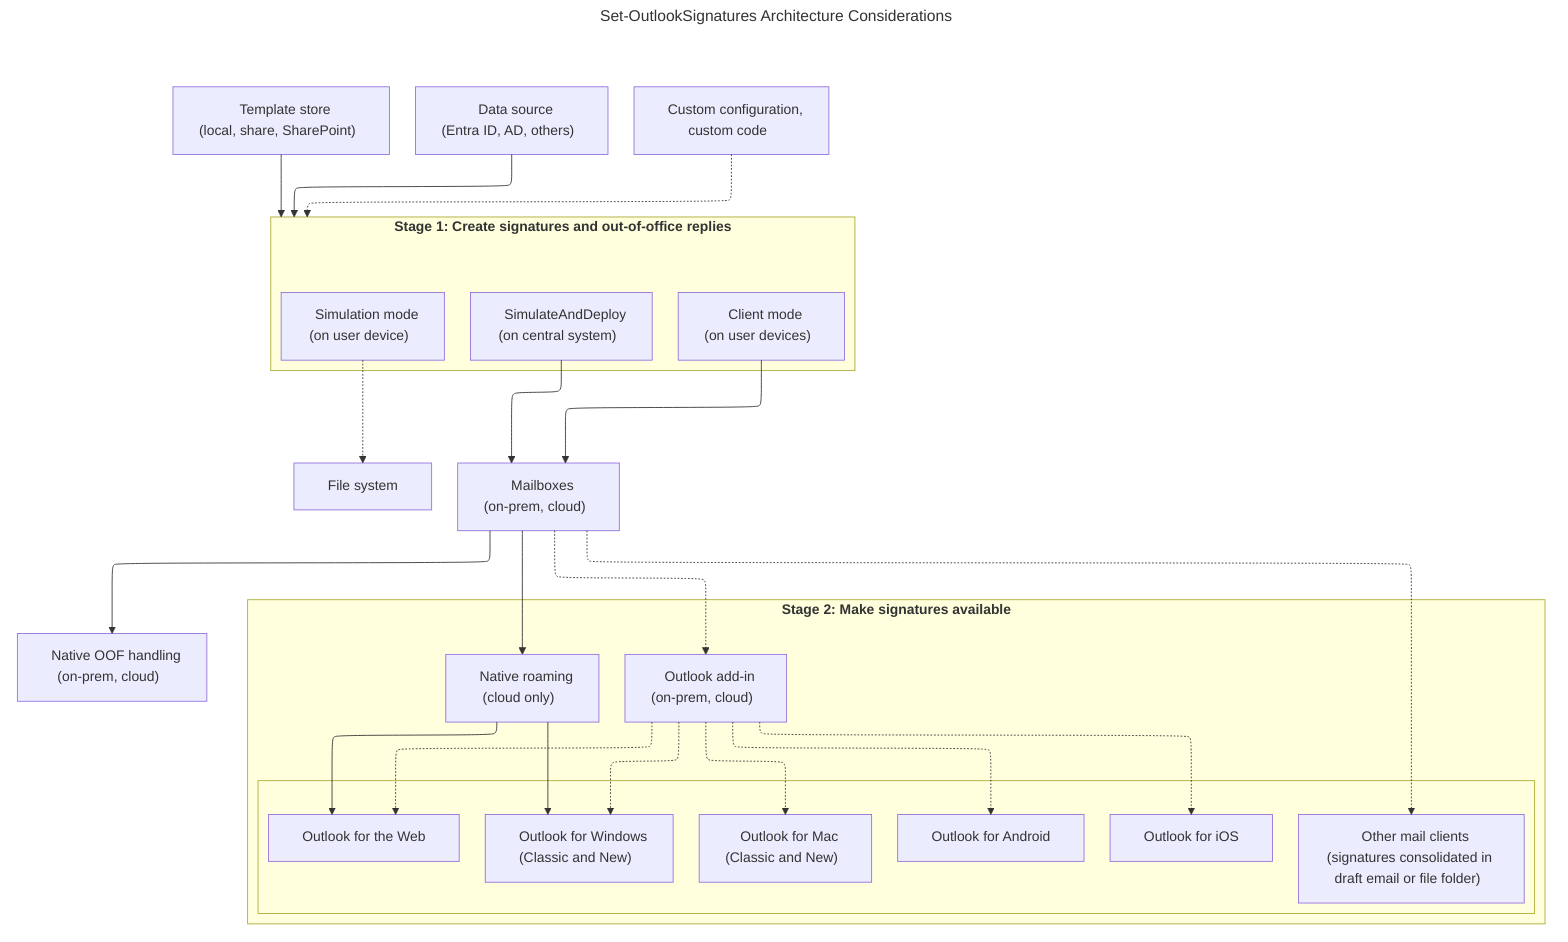
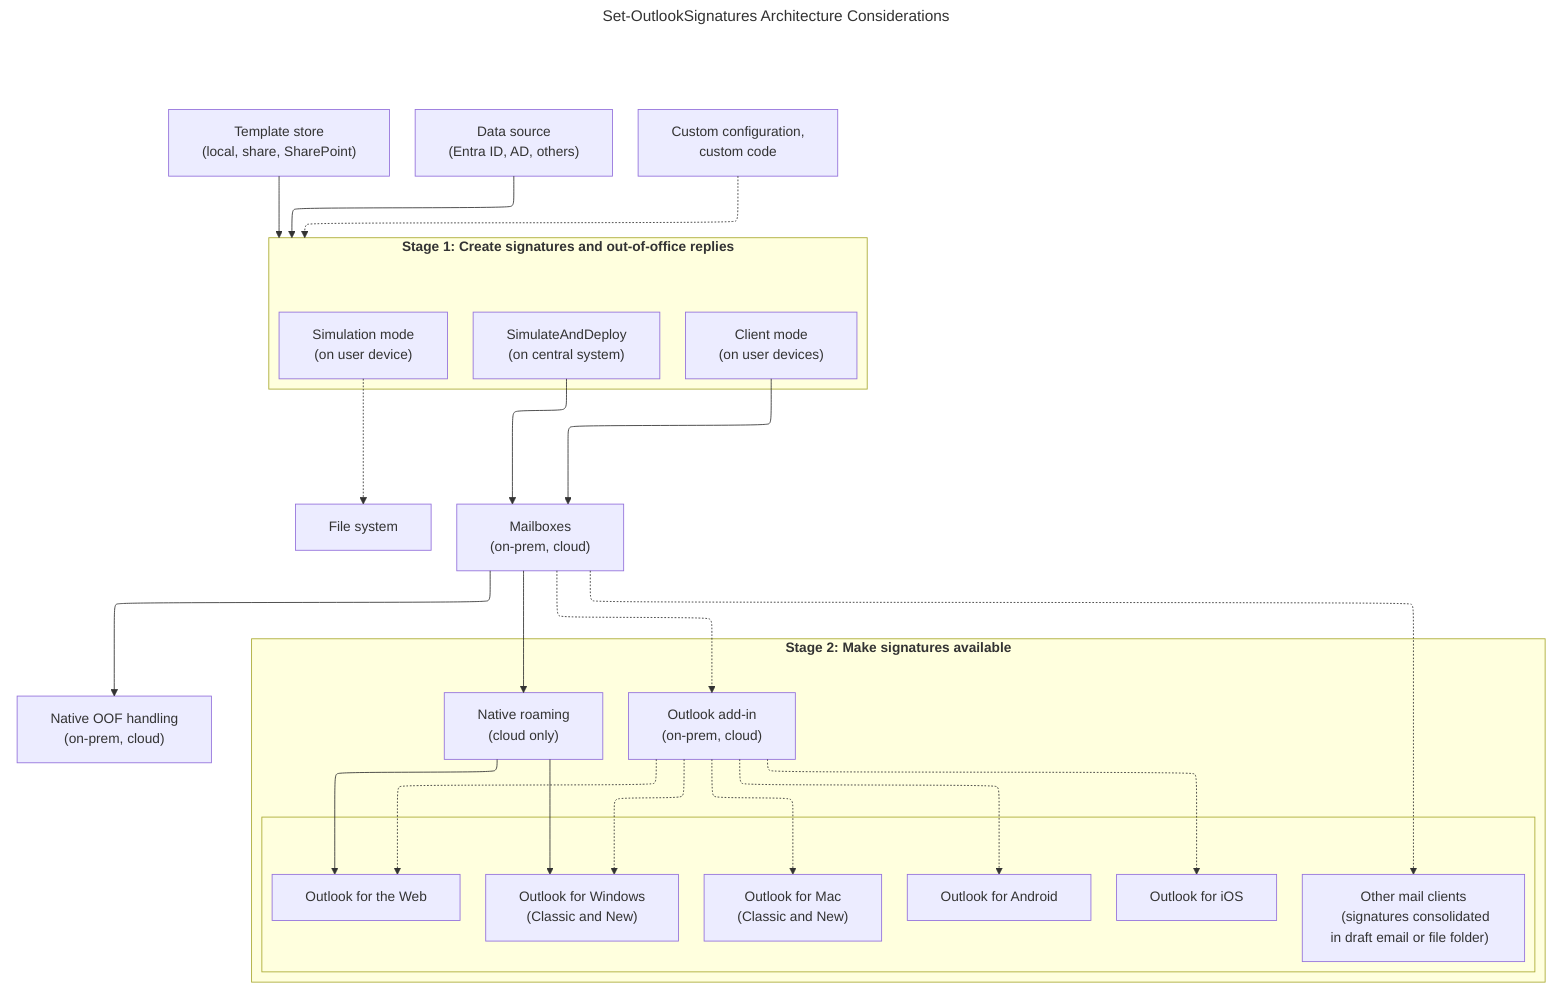
---
title: Set-OutlookSignatures Architecture Considerations
config:
  layout: elk
---
flowchart TB
    classDef invisible fill:none,stroke:none;

    %% --- INPUTS STAGE ---
-     subgraph inputs ["&nbsp;&nbsp;&nbsp;&nbsp;"]
+     subgraph inputs [" "]
        direction TB
-         templatestore["&nbsp;&nbsp;Template store<br/>(local, share, SharePoint)&nbsp;&nbsp;"]
-         datasource["&nbsp;&nbsp;Data source<br/>(Entra ID, AD, others)&nbsp;&nbsp;"]
-         config["&nbsp;&nbsp;Custom configuration,<br/>custom code&nbsp;&nbsp;"]
+         templatestore["&nbsp;&nbsp;Template store&nbsp;&nbsp;<br>&nbsp;&nbsp;(local, share, SharePoint)&nbsp;&nbsp;"]
+         datasource["&nbsp;&nbsp;Data source&nbsp;&nbsp;<br>&nbsp;&nbsp;(Entra ID, AD, others)&nbsp;&nbsp;"]
+         config["&nbsp;&nbsp;Custom configuration,&nbsp;&nbsp;<br>&nbsp;&nbsp;custom code&nbsp;&nbsp;"]
    end

    %% --- GENERATION STAGE ---
    subgraph gen ["&nbsp;&nbsp;<b>Stage 1: Create signatures and out-of-office replies</b>&nbsp;&nbsp;"]
        direction TB
-         clientmode["&nbsp;&nbsp;Client mode<br>(on user devices)&nbsp;&nbsp;"]
-         simulateanddeploy["&nbsp;&nbsp;SimulateAndDeploy<br>(on central system)&nbsp;&nbsp;"]
-         simulate["&nbsp;&nbsp;Simulation mode<br>(on user device)&nbsp;&nbsp;"]
+         clientmode["&nbsp;&nbsp;Client mode&nbsp;&nbsp;<br>&nbsp;&nbsp;(on user devices)&nbsp;&nbsp;"]
+         simulateanddeploy["&nbsp;&nbsp;SimulateAndDeploy&nbsp;&nbsp;<br>&nbsp;&nbsp;(on central system)&nbsp;&nbsp;"]
+         simulate["&nbsp;&nbsp;Simulation mode&nbsp;&nbsp;<br>&nbsp;&nbsp;(on user device)&nbsp;&nbsp;"]
    end

    %% --- MIDDLEWARE / STORAGE ---
-     subgraph mid ["&nbsp;&nbsp;&nbsp;&nbsp;"]
+     subgraph mid [" "]
        direction TB
-         mailbox["&nbsp;&nbsp;Mailboxes<br>(on-prem, cloud)&nbsp;&nbsp;"]
+         mailbox["&nbsp;&nbsp;Mailboxes&nbsp;&nbsp;<br>&nbsp;&nbsp;(on-prem, cloud)&nbsp;&nbsp;"]
        filesystem["&nbsp;&nbsp;File system&nbsp;&nbsp;"]
    end

    %% --- AVAILABILITY STAGE ---
    subgraph avail ["&nbsp;&nbsp;<b>Stage 2: Make signatures available</b>&nbsp;&nbsp;"]
        direction TB
-         roam["&nbsp;&nbsp;Native roaming<br>(cloud only)&nbsp;&nbsp;"]
-         addin["&nbsp;&nbsp;Outlook add-in<br>(on-prem, cloud)&nbsp;&nbsp;"]
+         roam["&nbsp;&nbsp;Native roaming&nbsp;&nbsp;<br>&nbsp;&nbsp;(cloud only)&nbsp;&nbsp;"]
+         addin["&nbsp;&nbsp;Outlook add-in&nbsp;&nbsp;<br>&nbsp;&nbsp;(on-prem, cloud)&nbsp;&nbsp;"]

-         subgraph outlookeditions ["&nbsp;&nbsp;&nbsp;&nbsp;"]
+         subgraph outlookeditions [" "]
            direction TB
-             WinOutlook["&nbsp;&nbsp;Outlook for Windows<br>(Classic and New)&nbsp;&nbsp;"]
+             WinOutlook["&nbsp;&nbsp;Outlook for Windows&nbsp;&nbsp;<br>&nbsp;&nbsp;(Classic and New)&nbsp;&nbsp;"]
            WebOutlook["&nbsp;&nbsp;Outlook for the Web&nbsp;&nbsp;"]
-             Mac["&nbsp;&nbsp;Outlook for Mac<br>(Classic and New)&nbsp;&nbsp;"]
+             Mac["&nbsp;&nbsp;Outlook for Mac&nbsp;&nbsp;<br>&nbsp;&nbsp;(Classic and New)&nbsp;&nbsp;"]
            iOS["&nbsp;&nbsp;Outlook for iOS&nbsp;&nbsp;"]
            Android["&nbsp;&nbsp;Outlook for Android&nbsp;&nbsp;"]
-             NonOutlook["&nbsp;&nbsp;Other mail clients<br>(signatures consolidated in draft email or file folder)&nbsp;&nbsp;"]
+             NonOutlook["&nbsp;&nbsp;Other mail clients&nbsp;&nbsp;<br>&nbsp;&nbsp;(signatures consolidated in draft email or file folder)&nbsp;&nbsp;"]
        end
    end

    %% --- OUT OF OFFICE HANDLING ---
-     subgraph oofbox ["&nbsp;&nbsp;&nbsp;&nbsp;"]
+     subgraph oofbox [" "]
        direction TB
-         oof["&nbsp;&nbsp;Native OOF handling<br>(on-prem, cloud)&nbsp;&nbsp;"]
+         oof["&nbsp;&nbsp;Native OOF handling&nbsp;&nbsp;<br>&nbsp;&nbsp;(on-prem, cloud)&nbsp;&nbsp;"]
    end

    %% --- RELATIONSHIPS & FLOWS ---
    templatestore --> gen
    datasource --> gen
    config -.-> gen

    clientmode --> mailbox
    simulateanddeploy --> mailbox
    simulate -.-> filesystem

    mailbox --> roam
    mailbox --> oof
    mailbox -.-> addin
    mailbox -.-> NonOutlook

    roam --> WinOutlook
    roam --> WebOutlook

    addin -.-> WinOutlook
    addin -.-> WebOutlook
    addin -.-> Mac
    addin -.-> iOS
    addin -.-> Android

    %% --- CLASS ASSIGNMENTS ---
    class oofbox invisible;
    class inputs invisible;
    class mid invisible;